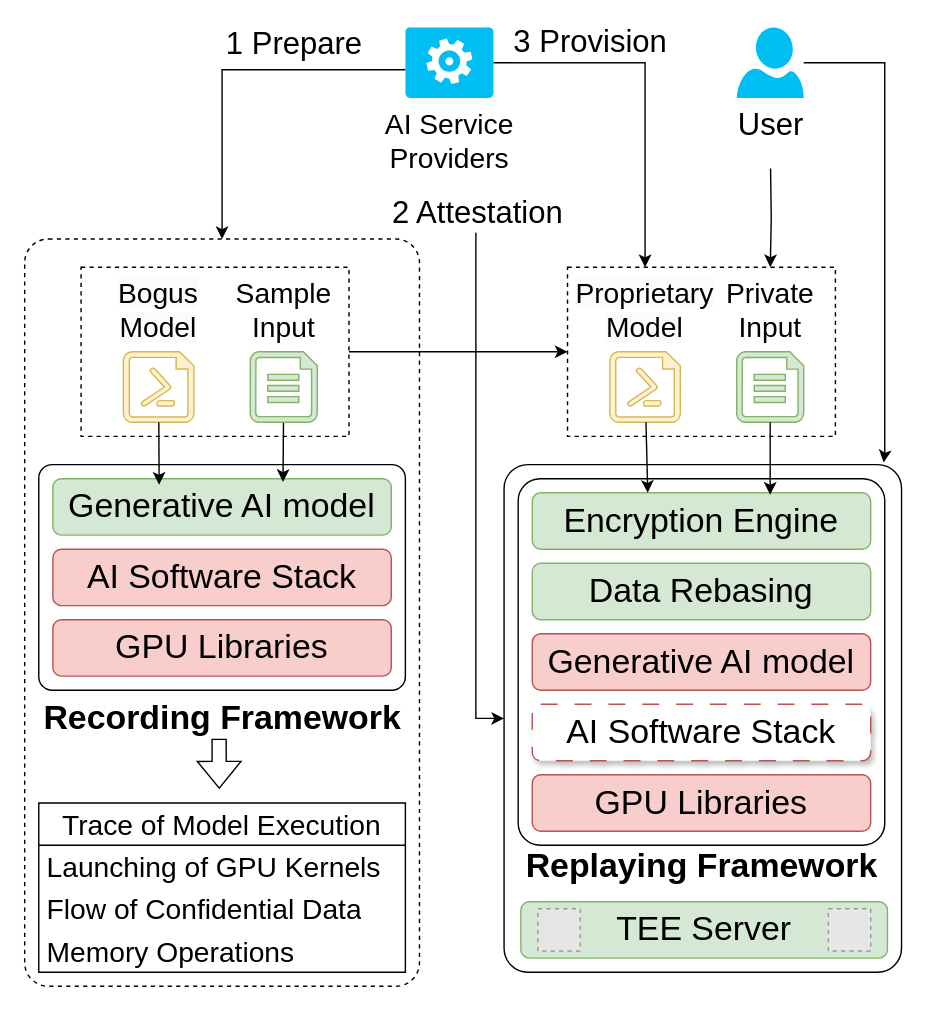
ya0guang/researches keeps this draw.io diagram as page "design" (3 of 3) of ConfidentialComputing/confAI_current.drawio. Above is the earlier version. Source tidied: cells renumbered, new cells numbered last; positions are measured from the earlier drawing's top-left corner, leaving out a move shared by most shapes. Both pictures are drawn from the tidied source at 141%, with x=0, y=0 at pixel (24, 27). Pictures stored in the file or linked from it are replaced by grey dashed boxes.
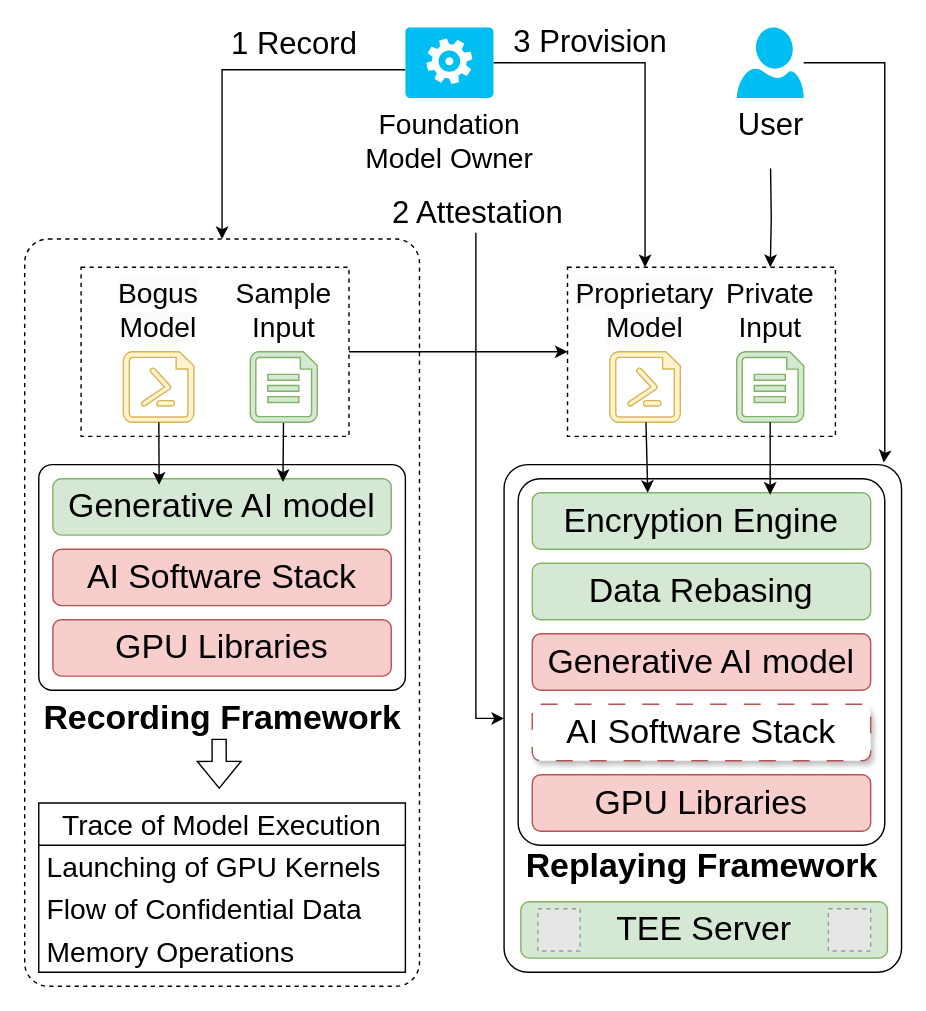
The same page after the edit.

The change refers to these unchanged cells:
```xml
<mxCell id="41" style="edgeStyle=orthogonalEdgeStyle;rounded=0;jettySize=auto;html=1;entryX=0.5;entryY=0;entryDx=0;entryDy=0;" parent="1" edge="1" source="47" target="2">
  <mxGeometry relative="1" as="geometry">
    <Array as="points">
      <mxPoint x="140" y="30" />
    </Array>
  </mxGeometry>
</mxCell>
```

Diff of the diagram source:
```diff
@@
-    <mxCell id="42" value="&lt;font style=&quot;font-size: 22px;&quot;&gt;1 Prepare&lt;/font&gt;" style="edgeLabel;html=1;align=center;verticalAlign=middle;" parent="41" vertex="1">
+    <mxCell id="42" value="&lt;font style=&quot;font-size: 22px;&quot;&gt;1 Record&lt;/font&gt;" style="edgeLabel;html=1;align=center;verticalAlign=middle;" parent="41" vertex="1">
       <mxGeometry x="0.38" y="-1" relative="1" as="geometry">
         <mxPoint x="51" y="-62" as="offset" />
       </mxGeometry>
     </mxCell>
@@
-    <mxCell id="47" value="&lt;font style=&quot;font-size: 20px;&quot;&gt;AI Service&lt;br&gt;Providers&lt;/font&gt;" style="verticalLabelPosition=bottom;html=1;verticalAlign=top;align=center;strokeColor=none;fillColor=#00BEF2;shape=mxgraph.azure.worker_role;" parent="1" vertex="1">
+    <mxCell id="47" value="&lt;span style=&quot;font-size: 20px;&quot;&gt;Foundation&lt;br&gt;Model Owner&lt;/span&gt;" style="verticalLabelPosition=bottom;html=1;verticalAlign=top;align=center;strokeColor=none;fillColor=#00BEF2;shape=mxgraph.azure.worker_role;" parent="1" vertex="1">
       <mxGeometry x="270" width="62.5" height="50" as="geometry" />
     </mxCell>
```
